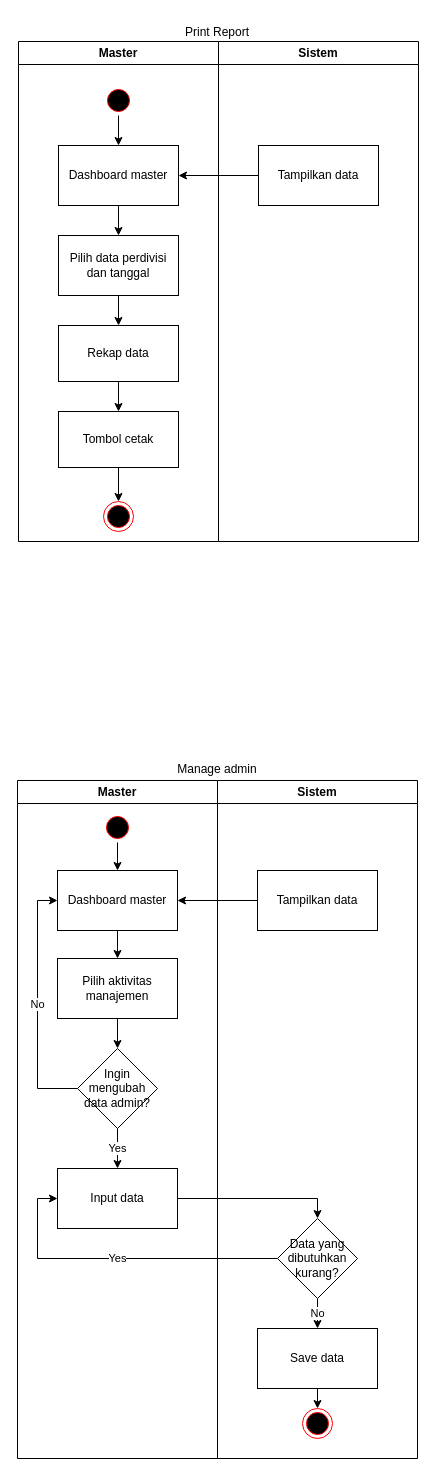
The draw.io diagram page "Master/Manager" (2 of 6) of planning/activityDiagram.drawio in dzikfr/aplikasi-absensi-baharkam-2024, before the edit. Source tidied: cells renumbered, new cells numbered last; positions are measured from the earlier drawing's top-left corner, leaving out a move shared by most shapes. Both pictures are drawn from the tidied source at 100%, with x=0, y=0 at pixel (17, 17).
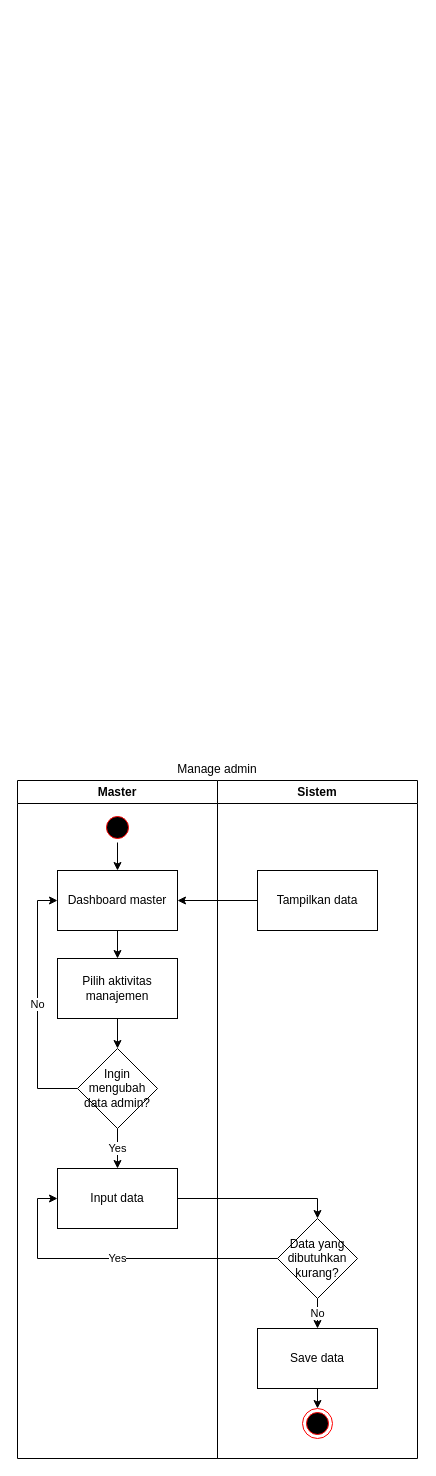
The same diagram, later.

The edit, as a diff of the source:
```diff
@@
-    <mxCell id="2" value="Master" style="swimlane;whiteSpace=wrap;html=1;startSize=23;" parent="1" vertex="1">
-      <mxGeometry x="1" y="24" width="200" height="500" as="geometry" />
-    </mxCell>
-    <mxCell id="3" style="edgeStyle=orthogonalEdgeStyle;rounded=0;jettySize=auto;html=1;exitX=0.5;exitY=1;exitDx=0;exitDy=0;entryX=0.5;entryY=0;entryDx=0;entryDy=0;" parent="2" edge="1" source="4" target="6">
-      <mxGeometry relative="1" as="geometry" />
-    </mxCell>
-    <mxCell id="4" style="ellipse;html=1;shape=startState;fillColor=#000000;strokeColor=#ff0000;" parent="2" vertex="1">
-      <mxGeometry x="85" y="44" width="30" height="30" as="geometry" />
-    </mxCell>
-    <mxCell id="5" style="edgeStyle=orthogonalEdgeStyle;rounded=0;jettySize=auto;html=1;exitX=0.5;exitY=1;exitDx=0;exitDy=0;entryX=0.5;entryY=0;entryDx=0;entryDy=0;" parent="2" edge="1" source="6" target="8">
-      <mxGeometry relative="1" as="geometry" />
-    </mxCell>
-    <mxCell id="6" value="Dashboard master" style="rounded=0;whiteSpace=wrap;html=1;" parent="2" vertex="1">
-      <mxGeometry x="40" y="104" width="120" height="60" as="geometry" />
-    </mxCell>
-    <mxCell id="7" style="edgeStyle=orthogonalEdgeStyle;rounded=0;jettySize=auto;html=1;exitX=0.5;exitY=1;exitDx=0;exitDy=0;entryX=0.5;entryY=0;entryDx=0;entryDy=0;" parent="2" edge="1" source="8" target="10">
-      <mxGeometry relative="1" as="geometry" />
-    </mxCell>
-    <mxCell id="8" value="Pilih data perdivisi dan tanggal" style="rounded=0;whiteSpace=wrap;html=1;" parent="2" vertex="1">
-      <mxGeometry x="40" y="194" width="120" height="60" as="geometry" />
-    </mxCell>
-    <mxCell id="9" style="edgeStyle=orthogonalEdgeStyle;rounded=0;jettySize=auto;html=1;exitX=0.5;exitY=1;exitDx=0;exitDy=0;entryX=0.5;entryY=0;entryDx=0;entryDy=0;" parent="2" edge="1" source="10" target="12">
-      <mxGeometry relative="1" as="geometry" />
-    </mxCell>
-    <mxCell id="10" value="Rekap data" style="rounded=0;whiteSpace=wrap;html=1;" parent="2" vertex="1">
-      <mxGeometry x="40" y="284" width="120" height="56" as="geometry" />
-    </mxCell>
-    <mxCell id="11" style="edgeStyle=orthogonalEdgeStyle;rounded=0;jettySize=auto;html=1;exitX=0.5;exitY=1;exitDx=0;exitDy=0;entryX=0.5;entryY=0;entryDx=0;entryDy=0;" parent="2" edge="1" source="12" target="13">
-      <mxGeometry relative="1" as="geometry" />
-    </mxCell>
-    <mxCell id="12" value="Tombol cetak" style="rounded=0;whiteSpace=wrap;html=1;" parent="2" vertex="1">
-      <mxGeometry x="40" y="370" width="120" height="56" as="geometry" />
-    </mxCell>
-    <mxCell id="13" style="ellipse;html=1;shape=endState;fillColor=#000000;strokeColor=#ff0000;" parent="2" vertex="1">
-      <mxGeometry x="85" y="460" width="30" height="30" as="geometry" />
-    </mxCell>
@@
-    <mxCell id="33" value="Print Report" style="text;html=1;align=center;verticalAlign=middle;whiteSpace=wrap;rounded=0;" parent="1" vertex="1">
-      <mxGeometry x="150" width="100" height="30" as="geometry" />
-    </mxCell>
@@
-    <mxCell id="36" value="Sistem" style="swimlane;whiteSpace=wrap;html=1;startSize=23;" parent="1" vertex="1">
-      <mxGeometry x="201" y="24" width="200" height="500" as="geometry" />
-    </mxCell>
-    <mxCell id="37" value="Tampilkan data" style="rounded=0;whiteSpace=wrap;html=1;" parent="36" vertex="1">
-      <mxGeometry x="40" y="104" width="120" height="60" as="geometry" />
-    </mxCell>
-    <mxCell id="38" style="edgeStyle=orthogonalEdgeStyle;rounded=0;jettySize=auto;html=1;exitX=0;exitY=0.5;exitDx=0;exitDy=0;entryX=1;entryY=0.5;entryDx=0;entryDy=0;" parent="1" edge="1" source="37" target="6">
-      <mxGeometry relative="1" as="geometry" />
-    </mxCell>
```
